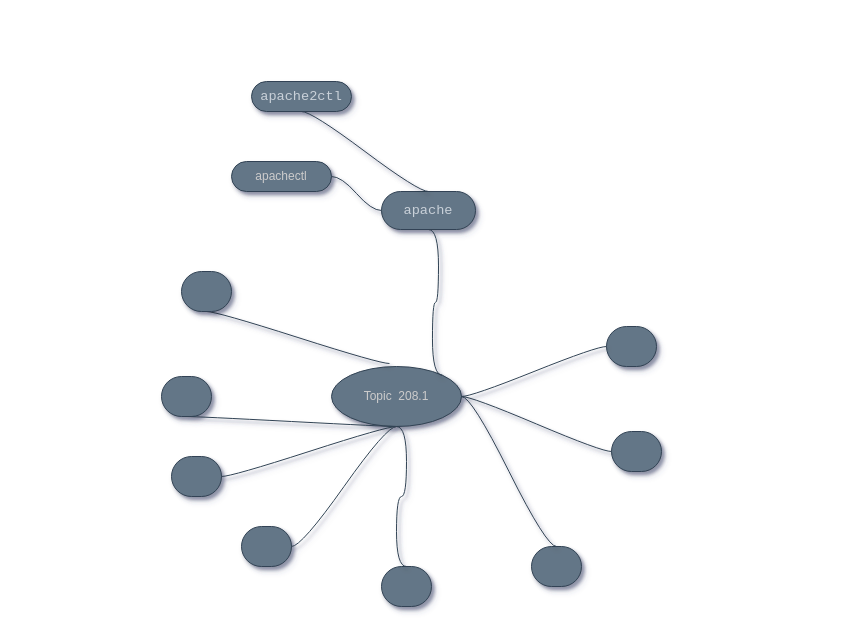
The draw.io diagram MindMaps/mindmap-208.1.drawio in marcossilvestrini/learning-lpic-2-202-450, before the edit. Source tidied: cells renumbered, new cells numbered last; positions are measured from the earlier drawing's top-left corner, leaving out a move shared by most shapes. Both pictures are drawn from the tidied source at 100%, with x=0, y=0 at pixel (161, 81).
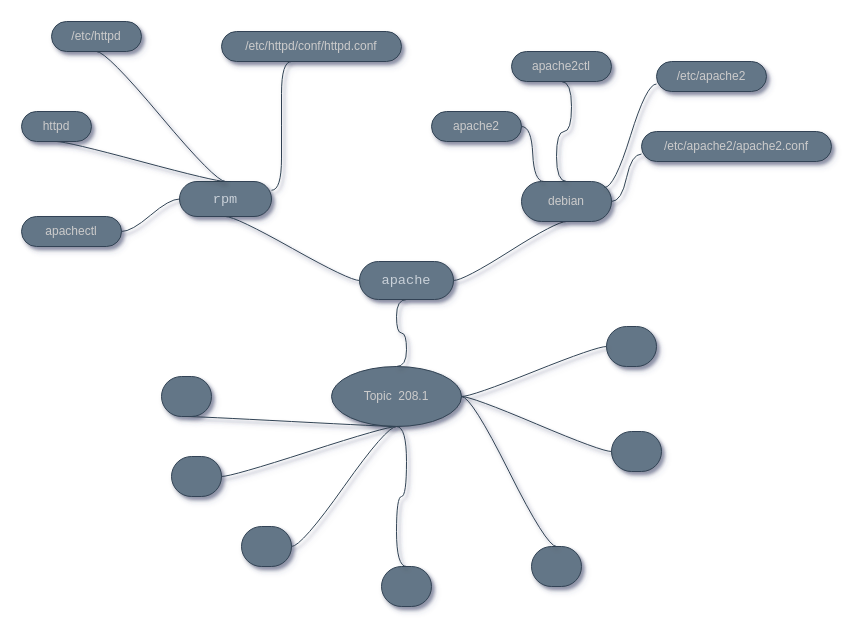
After the change.

The change refers to these unchanged cells:
```xml
<mxCell id="2" value="Topic&amp;nbsp; 208.1" style="ellipse;whiteSpace=wrap;html=1;align=center;newEdgeStyle={&quot;edgeStyle&quot;:&quot;entityRelationEdgeStyle&quot;,&quot;startArrow&quot;:&quot;none&quot;,&quot;endArrow&quot;:&quot;none&quot;,&quot;segment&quot;:10,&quot;curved&quot;:1};fillColor=#647687;fontColor=#CCCCCC;strokeColor=#314354;shadow=1;sketch=0;" parent="1" vertex="1">
  <mxGeometry x="170" y="285" width="130" height="60" as="geometry" />
</mxCell>
```

What changed in the source:
```diff
@@
     <mxCell id="5" value="&lt;pre style=&quot;box-sizing: border-box ; font-family: , , &amp;quot;sf mono&amp;quot; , &amp;quot;menlo&amp;quot; , &amp;quot;consolas&amp;quot; , &amp;quot;liberation mono&amp;quot; , monospace ; font-size: 13.6px ; margin-top: 0px ; margin-bottom: 0px ; overflow-wrap: normal ; padding: 16px ; overflow: auto ; line-height: 1.45 ; border-radius: 6px ; word-break: normal ; color: rgb(201 , 209 , 217)&quot;&gt;apache&lt;/pre&gt;" style="whiteSpace=wrap;html=1;rounded=1;arcSize=50;align=center;verticalAlign=middle;strokeWidth=1;spacing=4;newEdgeStyle={&quot;edgeStyle&quot;:&quot;entityRelationEdgeStyle&quot;,&quot;startArrow&quot;:&quot;none&quot;,&quot;endArrow&quot;:&quot;none&quot;,&quot;segment&quot;:10,&quot;curved&quot;:1};fillColor=#647687;fontColor=#CCCCCC;strokeColor=#314354;shadow=1;sketch=0;" parent="1" vertex="1">
-      <mxGeometry x="220" y="110" width="94" height="38" as="geometry" />
+      <mxGeometry x="198" y="180" width="94" height="38" as="geometry" />
     </mxCell>
-    <mxCell id="6" style="edgeStyle=entityRelationEdgeStyle;startArrow=none;endArrow=none;segment=10;curved=1;exitX=1;exitY=0;exitDx=0;exitDy=0;fillColor=#647687;strokeColor=#314354;fontColor=#CCCCCC;shadow=1;sketch=0;entryX=0.5;entryY=1;entryDx=0;entryDy=0;" parent="1" edge="1" source="2" target="5">
+    <mxCell id="6" style="edgeStyle=entityRelationEdgeStyle;startArrow=none;endArrow=none;segment=10;curved=1;exitX=0.5;exitY=0;exitDx=0;exitDy=0;fillColor=#647687;strokeColor=#314354;fontColor=#CCCCCC;shadow=1;sketch=0;entryX=0.5;entryY=1;entryDx=0;entryDy=0;" parent="1" edge="1" source="2" target="5">
       <mxGeometry relative="1" as="geometry" />
     </mxCell>
-    <mxCell id="7" style="edgeStyle=entityRelationEdgeStyle;startArrow=none;endArrow=none;segment=10;curved=1;exitX=0.446;exitY=-0.05;exitDx=0;exitDy=0;fillColor=#647687;strokeColor=#314354;shadow=1;fontColor=#CCCCCC;sketch=0;entryX=0.5;entryY=1;entryDx=0;entryDy=0;exitPerimeter=0;" parent="1" edge="1" source="2" target="24">
+    <mxCell id="7" style="edgeStyle=entityRelationEdgeStyle;startArrow=none;endArrow=none;segment=10;curved=1;exitX=1;exitY=0.5;exitDx=0;exitDy=0;fillColor=#647687;strokeColor=#314354;shadow=1;fontColor=#CCCCCC;sketch=0;entryX=0.5;entryY=1;entryDx=0;entryDy=0;" parent="1" edge="1" source="5" target="24">
       <mxGeometry relative="1" as="geometry" />
     </mxCell>
-    <mxCell id="8" value="&lt;pre style=&quot;box-sizing: border-box ; font-family: , , &amp;quot;sf mono&amp;quot; , &amp;quot;menlo&amp;quot; , &amp;quot;consolas&amp;quot; , &amp;quot;liberation mono&amp;quot; , monospace ; font-size: 13.6px ; margin-top: 0px ; margin-bottom: 0px ; overflow-wrap: normal ; padding: 16px ; overflow: auto ; line-height: 1.45 ; border-radius: 6px ; word-break: normal ; color: rgb(201 , 209 , 217)&quot;&gt;apache2ctl&lt;/pre&gt;" style="whiteSpace=wrap;html=1;rounded=1;arcSize=50;align=center;verticalAlign=middle;strokeWidth=1;spacing=4;newEdgeStyle={&quot;edgeStyle&quot;:&quot;entityRelationEdgeStyle&quot;,&quot;startArrow&quot;:&quot;none&quot;,&quot;endArrow&quot;:&quot;none&quot;,&quot;segment&quot;:10,&quot;curved&quot;:1};fillColor=#647687;fontColor=#CCCCCC;strokeColor=#314354;shadow=1;sketch=0;" parent="1" vertex="1">
-      <mxGeometry x="90" width="100" height="30" as="geometry" />
+    <mxCell id="8" value="&lt;pre style=&quot;box-sizing: border-box ; font-family: , , &amp;quot;sf mono&amp;quot; , &amp;quot;menlo&amp;quot; , &amp;quot;consolas&amp;quot; , &amp;quot;liberation mono&amp;quot; , monospace ; font-size: 13.6px ; margin-top: 0px ; margin-bottom: 0px ; overflow-wrap: normal ; padding: 16px ; overflow: auto ; line-height: 1.45 ; border-radius: 6px ; word-break: normal ; color: rgb(201 , 209 , 217)&quot;&gt;rpm&lt;/pre&gt;" style="whiteSpace=wrap;html=1;rounded=1;arcSize=50;align=center;verticalAlign=middle;strokeWidth=1;spacing=4;newEdgeStyle={&quot;edgeStyle&quot;:&quot;entityRelationEdgeStyle&quot;,&quot;startArrow&quot;:&quot;none&quot;,&quot;endArrow&quot;:&quot;none&quot;,&quot;segment&quot;:10,&quot;curved&quot;:1};fillColor=#647687;fontColor=#CCCCCC;strokeColor=#314354;shadow=1;sketch=0;" parent="1" vertex="1">
+      <mxGeometry x="18" y="100" width="92" height="35" as="geometry" />
     </mxCell>
-    <mxCell id="9" style="edgeStyle=entityRelationEdgeStyle;startArrow=none;endArrow=none;segment=10;curved=1;fillColor=#647687;strokeColor=#314354;shadow=1;fontColor=#CCCCCC;sketch=0;exitX=0.5;exitY=0;exitDx=0;exitDy=0;entryX=0.5;entryY=1;entryDx=0;entryDy=0;" parent="1" edge="1" source="5" target="8">
+    <mxCell id="9" style="edgeStyle=entityRelationEdgeStyle;startArrow=none;endArrow=none;segment=10;curved=1;fillColor=#647687;strokeColor=#314354;shadow=1;fontColor=#CCCCCC;sketch=0;exitX=0;exitY=0.5;exitDx=0;exitDy=0;entryX=0.5;entryY=1;entryDx=0;entryDy=0;" parent="1" edge="1" source="5" target="8">
       <mxGeometry relative="1" as="geometry" />
     </mxCell>
@@
     <mxCell id="22" value="apachectl" style="whiteSpace=wrap;html=1;rounded=1;arcSize=50;align=center;verticalAlign=middle;strokeWidth=1;spacing=4;newEdgeStyle={&quot;edgeStyle&quot;:&quot;entityRelationEdgeStyle&quot;,&quot;startArrow&quot;:&quot;none&quot;,&quot;endArrow&quot;:&quot;none&quot;,&quot;segment&quot;:10,&quot;curved&quot;:1};fillColor=#647687;fontColor=#CCCCCC;strokeColor=#314354;shadow=1;sketch=0;" parent="1" vertex="1">
-      <mxGeometry x="70" y="80" width="100" height="30" as="geometry" />
+      <mxGeometry x="-140" y="135" width="100" height="30" as="geometry" />
     </mxCell>
-    <mxCell id="23" style="edgeStyle=entityRelationEdgeStyle;startArrow=none;endArrow=none;segment=10;curved=1;exitX=0;exitY=0.5;exitDx=0;exitDy=0;fillColor=#647687;strokeColor=#314354;shadow=1;fontColor=#CCCCCC;sketch=0;entryX=1;entryY=0.5;entryDx=0;entryDy=0;" parent="1" edge="1" source="5" target="22">
+    <mxCell id="23" style="edgeStyle=entityRelationEdgeStyle;startArrow=none;endArrow=none;segment=10;curved=1;exitX=0;exitY=0.5;exitDx=0;exitDy=0;fillColor=#647687;strokeColor=#314354;shadow=1;fontColor=#CCCCCC;sketch=0;entryX=1;entryY=0.5;entryDx=0;entryDy=0;" parent="1" edge="1" source="8" target="22">
       <mxGeometry relative="1" as="geometry" />
     </mxCell>
-    <mxCell id="24" style="whiteSpace=wrap;html=1;rounded=1;arcSize=50;align=center;verticalAlign=middle;strokeWidth=1;spacing=4;newEdgeStyle={&quot;edgeStyle&quot;:&quot;entityRelationEdgeStyle&quot;,&quot;startArrow&quot;:&quot;none&quot;,&quot;endArrow&quot;:&quot;none&quot;,&quot;segment&quot;:10,&quot;curved&quot;:1};fillColor=#647687;fontColor=#CCCCCC;strokeColor=#314354;shadow=1;sketch=0;" parent="1" vertex="1">
-      <mxGeometry x="20" y="190" width="50" height="40" as="geometry" />
+    <mxCell id="24" value="debian" style="whiteSpace=wrap;html=1;rounded=1;arcSize=50;align=center;verticalAlign=middle;strokeWidth=1;spacing=4;newEdgeStyle={&quot;edgeStyle&quot;:&quot;entityRelationEdgeStyle&quot;,&quot;startArrow&quot;:&quot;none&quot;,&quot;endArrow&quot;:&quot;none&quot;,&quot;segment&quot;:10,&quot;curved&quot;:1};fillColor=#647687;fontColor=#CCCCCC;strokeColor=#314354;shadow=1;sketch=0;" parent="1" vertex="1">
+      <mxGeometry x="360" y="100" width="90" height="40" as="geometry" />
     </mxCell>
+    <mxCell id="25" value="httpd" style="whiteSpace=wrap;html=1;rounded=1;arcSize=50;align=center;verticalAlign=middle;strokeWidth=1;spacing=4;newEdgeStyle={&quot;edgeStyle&quot;:&quot;entityRelationEdgeStyle&quot;,&quot;startArrow&quot;:&quot;none&quot;,&quot;endArrow&quot;:&quot;none&quot;,&quot;segment&quot;:10,&quot;curved&quot;:1};fillColor=#647687;fontColor=#CCCCCC;strokeColor=#314354;shadow=1;sketch=0;" parent="1" vertex="1">
+      <mxGeometry x="-140" y="30" width="70" height="30" as="geometry" />
+    </mxCell>
+    <mxCell id="26" style="edgeStyle=entityRelationEdgeStyle;startArrow=none;endArrow=none;segment=10;curved=1;fillColor=#647687;strokeColor=#314354;shadow=1;fontColor=#CCCCCC;sketch=0;entryX=0.5;entryY=1;entryDx=0;entryDy=0;exitX=0.5;exitY=0;exitDx=0;exitDy=0;" parent="1" edge="1" source="8" target="25">
+      <mxGeometry relative="1" as="geometry" />
+    </mxCell>
+    <mxCell id="27" value="apache2" style="whiteSpace=wrap;html=1;rounded=1;arcSize=50;align=center;verticalAlign=middle;strokeWidth=1;spacing=4;newEdgeStyle={&quot;edgeStyle&quot;:&quot;entityRelationEdgeStyle&quot;,&quot;startArrow&quot;:&quot;none&quot;,&quot;endArrow&quot;:&quot;none&quot;,&quot;segment&quot;:10,&quot;curved&quot;:1};fillColor=#647687;fontColor=#CCCCCC;strokeColor=#314354;shadow=1;sketch=0;" parent="1" vertex="1">
+      <mxGeometry x="270" y="30" width="90" height="30" as="geometry" />
+    </mxCell>
+    <mxCell id="28" style="edgeStyle=entityRelationEdgeStyle;startArrow=none;endArrow=none;segment=10;curved=1;exitX=0.25;exitY=0;exitDx=0;exitDy=0;fillColor=#647687;strokeColor=#314354;shadow=1;fontColor=#CCCCCC;sketch=0;entryX=1;entryY=0.5;entryDx=0;entryDy=0;" parent="1" edge="1" source="24" target="27">
+      <mxGeometry relative="1" as="geometry" />
+    </mxCell>
+    <mxCell id="29" value="apache2ctl" style="whiteSpace=wrap;html=1;rounded=1;arcSize=50;align=center;verticalAlign=middle;strokeWidth=1;spacing=4;newEdgeStyle={&quot;edgeStyle&quot;:&quot;entityRelationEdgeStyle&quot;,&quot;startArrow&quot;:&quot;none&quot;,&quot;endArrow&quot;:&quot;none&quot;,&quot;segment&quot;:10,&quot;curved&quot;:1};fillColor=#647687;fontColor=#CCCCCC;strokeColor=#314354;shadow=1;sketch=0;" parent="1" vertex="1">
+      <mxGeometry x="350" y="-30" width="100" height="30" as="geometry" />
+    </mxCell>
+    <mxCell id="30" style="edgeStyle=entityRelationEdgeStyle;startArrow=none;endArrow=none;segment=10;curved=1;exitX=0.5;exitY=0;exitDx=0;exitDy=0;fillColor=#647687;strokeColor=#314354;shadow=1;fontColor=#CCCCCC;sketch=0;entryX=0.5;entryY=1;entryDx=0;entryDy=0;" parent="1" edge="1" source="24" target="29">
+      <mxGeometry relative="1" as="geometry" />
+    </mxCell>
+    <mxCell id="31" value="/etc/httpd" style="whiteSpace=wrap;html=1;rounded=1;arcSize=50;align=center;verticalAlign=middle;strokeWidth=1;spacing=4;newEdgeStyle={&quot;edgeStyle&quot;:&quot;entityRelationEdgeStyle&quot;,&quot;startArrow&quot;:&quot;none&quot;,&quot;endArrow&quot;:&quot;none&quot;,&quot;segment&quot;:10,&quot;curved&quot;:1};fillColor=#647687;fontColor=#CCCCCC;strokeColor=#314354;shadow=1;sketch=0;" parent="1" vertex="1">
+      <mxGeometry x="-110" y="-60" width="90" height="30" as="geometry" />
+    </mxCell>
+    <mxCell id="32" style="edgeStyle=entityRelationEdgeStyle;startArrow=none;endArrow=none;segment=10;curved=1;fillColor=#647687;strokeColor=#314354;shadow=1;fontColor=#CCCCCC;sketch=0;entryX=0.5;entryY=1;entryDx=0;entryDy=0;exitX=0.5;exitY=0;exitDx=0;exitDy=0;" parent="1" edge="1" source="8" target="31">
+      <mxGeometry relative="1" as="geometry" />
+    </mxCell>
+    <mxCell id="33" value="/etc/httpd/conf/httpd.conf" style="whiteSpace=wrap;html=1;rounded=1;arcSize=50;align=center;verticalAlign=middle;strokeWidth=1;spacing=4;newEdgeStyle={&quot;edgeStyle&quot;:&quot;entityRelationEdgeStyle&quot;,&quot;startArrow&quot;:&quot;none&quot;,&quot;endArrow&quot;:&quot;none&quot;,&quot;segment&quot;:10,&quot;curved&quot;:1};fillColor=#647687;fontColor=#CCCCCC;strokeColor=#314354;shadow=1;sketch=0;" parent="1" vertex="1">
+      <mxGeometry x="60" y="-50" width="180" height="30" as="geometry" />
+    </mxCell>
+    <mxCell id="34" style="edgeStyle=entityRelationEdgeStyle;startArrow=none;endArrow=none;segment=10;curved=1;fillColor=#647687;strokeColor=#314354;shadow=1;fontColor=#CCCCCC;sketch=0;entryX=0.5;entryY=1;entryDx=0;entryDy=0;exitX=1;exitY=0.25;exitDx=0;exitDy=0;" parent="1" edge="1" source="8">
+      <mxGeometry relative="1" as="geometry">
+        <mxPoint x="130" y="-20" as="targetPoint" />
+      </mxGeometry>
+    </mxCell>
+    <mxCell id="35" value="/etc/apache2" style="whiteSpace=wrap;html=1;rounded=1;arcSize=50;align=center;verticalAlign=middle;strokeWidth=1;spacing=4;newEdgeStyle={&quot;edgeStyle&quot;:&quot;entityRelationEdgeStyle&quot;,&quot;startArrow&quot;:&quot;none&quot;,&quot;endArrow&quot;:&quot;none&quot;,&quot;segment&quot;:10,&quot;curved&quot;:1};fillColor=#647687;fontColor=#CCCCCC;strokeColor=#314354;shadow=1;sketch=0;" parent="1" vertex="1">
+      <mxGeometry x="495" y="-20" width="110" height="30" as="geometry" />
+    </mxCell>
+    <mxCell id="36" style="edgeStyle=entityRelationEdgeStyle;startArrow=none;endArrow=none;segment=10;curved=1;fillColor=#647687;strokeColor=#314354;shadow=1;fontColor=#CCCCCC;sketch=0;entryX=0;entryY=0.75;entryDx=0;entryDy=0;exitX=0.922;exitY=0.15;exitDx=0;exitDy=0;exitPerimeter=0;" parent="1" edge="1" source="24" target="35">
+      <mxGeometry relative="1" as="geometry" />
+    </mxCell>
+    <mxCell id="37" value="/etc/apache2/apache2.conf" style="whiteSpace=wrap;html=1;rounded=1;arcSize=50;align=center;verticalAlign=middle;strokeWidth=1;spacing=4;newEdgeStyle={&quot;edgeStyle&quot;:&quot;entityRelationEdgeStyle&quot;,&quot;startArrow&quot;:&quot;none&quot;,&quot;endArrow&quot;:&quot;none&quot;,&quot;segment&quot;:10,&quot;curved&quot;:1};fillColor=#647687;fontColor=#CCCCCC;strokeColor=#314354;shadow=1;sketch=0;" parent="1" vertex="1">
+      <mxGeometry x="480" y="50" width="190" height="30" as="geometry" />
+    </mxCell>
+    <mxCell id="38" style="edgeStyle=entityRelationEdgeStyle;startArrow=none;endArrow=none;segment=10;curved=1;fillColor=#647687;strokeColor=#314354;shadow=1;fontColor=#CCCCCC;sketch=0;entryX=0;entryY=0.75;entryDx=0;entryDy=0;" parent="1" edge="1" source="24" target="37">
+      <mxGeometry relative="1" as="geometry" />
+    </mxCell>
```
